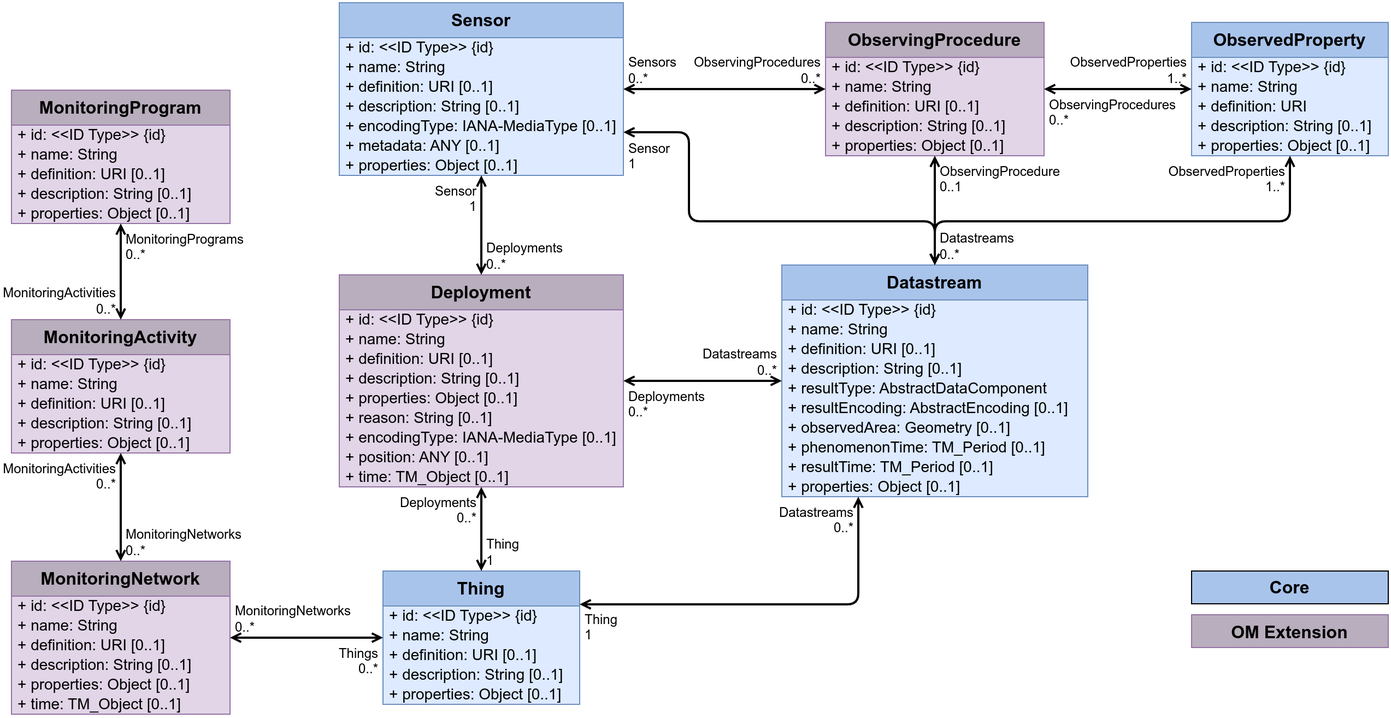
Above: figures/Datamodel-SensorThingsApi-V2-OM.drawio.png in opengeospatial/sensorthings (draw.io), before the change. Source tidied: cells renumbered, new cells last; positions are measured from the earlier drawing's top-left corner, leaving out a move shared by most shapes.
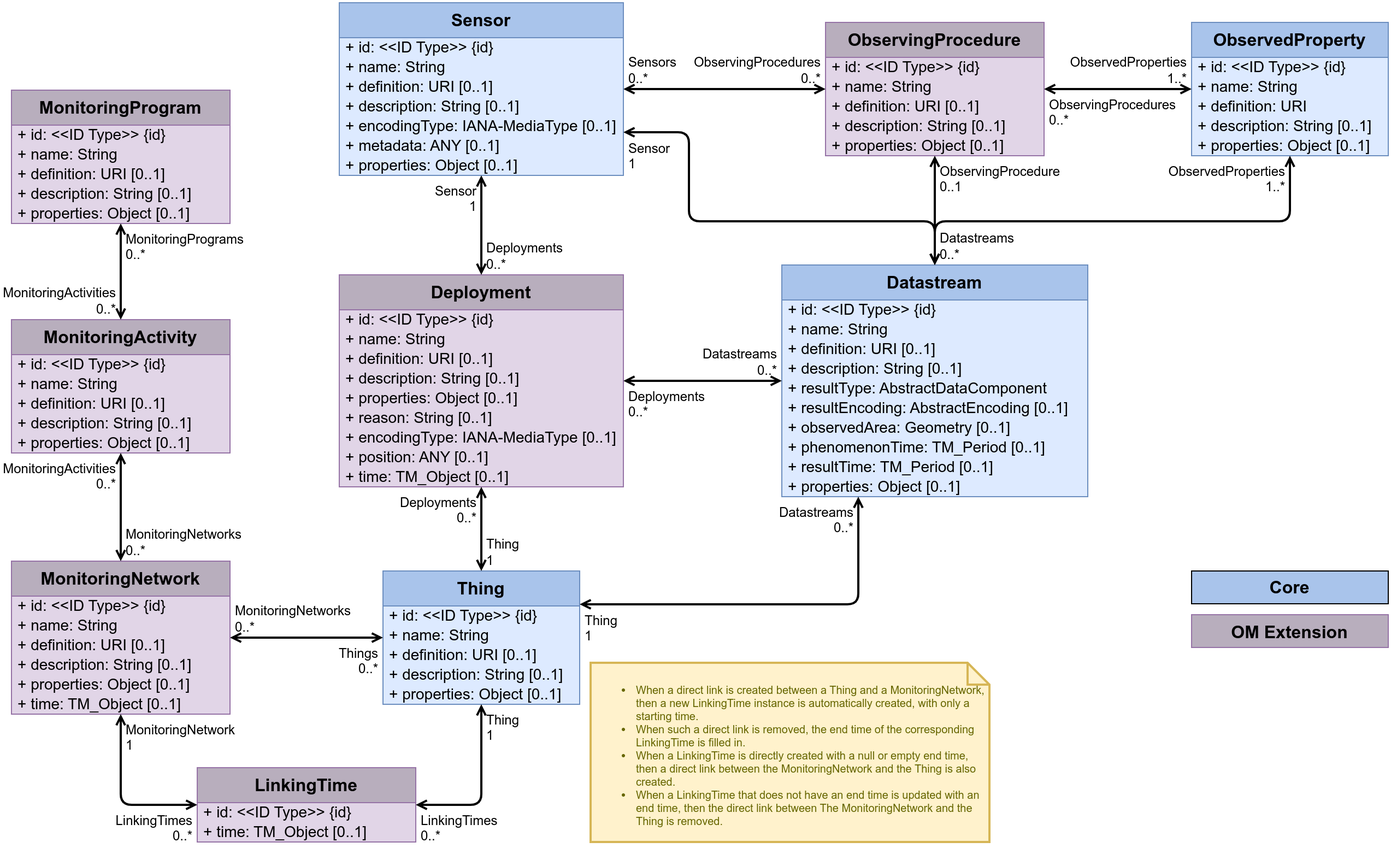
After the change.

Commit message:
Updated the monitoring part of the OM extension

Diff of the diagram source:
```diff
@@ -319,5 +319,35 @@
     <mxCell id="103" value="MonitoringPrograms&lt;br&gt;0..*" style="edgeLabel;html=1;align=left;verticalAlign=top;labelBackgroundColor=none;fontSize=12;spacingLeft=2;spacing=3;spacingRight=3;" parent="101" vertex="1">
       <mxGeometry x="1" relative="1" as="geometry" />
     </mxCell>
+    <mxCell id="104" value="LinkingTime" style="swimlane;fontStyle=1;horizontal=1;startSize=32;fontSize=16;whiteSpace=wrap;html=1;fillColor=#B8AEBD;strokeColor=#9673a6;swimlaneFillColor=#E1D5E7;verticalAlign=top;" parent="1" vertex="1">
+      <mxGeometry x="170" y="700" width="200" height="68" as="geometry" />
+    </mxCell>
+    <mxCell id="105" value="+ id: &amp;lt;&amp;lt;ID Type&amp;gt;&amp;gt;&amp;nbsp;{id}" style="text;strokeColor=none;fillColor=none;align=left;verticalAlign=middle;spacingLeft=4;spacingRight=4;overflow=visible;html=1;fontSize=14;" parent="104" vertex="1">
+      <mxGeometry y="32" width="200" height="18" as="geometry" />
+    </mxCell>
+    <mxCell id="106" value="+&amp;nbsp;time: TM_Object&amp;nbsp;[0..1]" style="text;strokeColor=none;fillColor=none;align=left;verticalAlign=middle;spacingLeft=4;spacingRight=4;overflow=visible;html=1;fontSize=14;" parent="104" vertex="1">
+      <mxGeometry y="50" width="200" height="18" as="geometry" />
+    </mxCell>
+    <mxCell id="107" style="endArrow=open;startArrow=open;html=1;rounded=1;strokeWidth=2;startFill=0;endFill=0;edgeStyle=orthogonalEdgeStyle;exitX=0;exitY=0.5;exitDx=0;exitDy=0;entryX=0.5;entryY=1;entryDx=0;entryDy=0;" parent="1" edge="1" source="104" target="76">
+      <mxGeometry relative="1" as="geometry" />
+    </mxCell>
+    <mxCell id="108" value="LinkingTimes&lt;br&gt;0..*" style="edgeLabel;html=1;align=right;verticalAlign=top;labelBackgroundColor=none;fontSize=12;spacingLeft=2;spacing=3;spacingRight=3;" parent="107" vertex="1">
+      <mxGeometry x="-1" relative="1" as="geometry" />
+    </mxCell>
+    <mxCell id="109" value="MonitoringNetwork&lt;br&gt;1" style="edgeLabel;html=1;align=left;verticalAlign=top;labelBackgroundColor=none;fontSize=12;spacingLeft=2;spacing=3;spacingRight=3;" parent="107" vertex="1">
+      <mxGeometry x="1" relative="1" as="geometry" />
+    </mxCell>
+    <mxCell id="110" style="endArrow=open;startArrow=open;html=1;rounded=1;strokeWidth=2;startFill=0;endFill=0;edgeStyle=orthogonalEdgeStyle;exitX=1;exitY=0.5;exitDx=0;exitDy=0;entryX=0.5;entryY=1;entryDx=0;entryDy=0;" parent="1" edge="1" source="104" target="56">
+      <mxGeometry relative="1" as="geometry" />
+    </mxCell>
+    <mxCell id="111" value="LinkingTimes&lt;br&gt;0..*" style="edgeLabel;html=1;align=left;verticalAlign=top;labelBackgroundColor=none;fontSize=12;spacingLeft=2;spacing=3;spacingRight=3;" parent="110" vertex="1">
+      <mxGeometry x="-1" relative="1" as="geometry" />
+    </mxCell>
+    <mxCell id="112" value="Thing&lt;br&gt;1" style="edgeLabel;html=1;align=left;verticalAlign=top;labelBackgroundColor=none;fontSize=12;spacingLeft=2;spacing=3;spacingRight=3;" parent="110" vertex="1">
+      <mxGeometry x="1" relative="1" as="geometry" />
+    </mxCell>
+    <mxCell id="113" value="&lt;div&gt;&lt;ul&gt;&lt;li&gt;&lt;span style=&quot;background-color: initial;&quot;&gt;When a direct link is created between a Thing and a MonitoringNetwork, then a new LinkingTime instance is automatically created, with only a starting time.&lt;/span&gt;&lt;/li&gt;&lt;li&gt;When such a direct link is removed, the end time of the corresponding LinkingTime is filled in.&lt;/li&gt;&lt;li&gt;When a LinkingTime is directly created with a null or empty end time, then a direct link between the MonitoringNetwork and the Thing is also created.&lt;/li&gt;&lt;li&gt;When a LinkingTime that does not have an end time is updated with an end time, then the direct link between The MonitoringNetwork and the Thing is removed.&lt;/li&gt;&lt;/ul&gt;&lt;/div&gt;" style="shape=note;strokeWidth=2;fontSize=10;size=20;whiteSpace=wrap;html=1;fillColor=#fff2cc;strokeColor=#d6b656;fontColor=#666600;labelBackgroundColor=none;align=left;verticalAlign=bottom;" parent="1" vertex="1">
+      <mxGeometry x="530" y="604" width="365" height="164" as="geometry" />
+    </mxCell>
   </root>
 </mxGraphModel>
```
